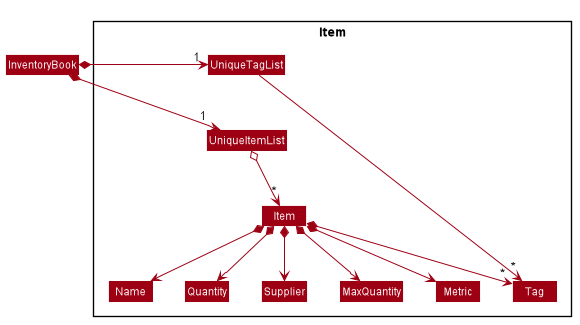
Above: docs/images/ItemClassDiagram.png in nus-cs2103-AY2021S1/tp (PlantUML), before the change. Its diagram source:
```plantuml
@startuml








skinparam BackgroundColor #FFFFFFF

skinparam Shadowing false

skinparam Class {
    FontColor #FFFFFF
    BorderThickness 1
    BorderColor #FFFFFF
    StereotypeFontColor #FFFFFF
    FontName Arial
}

skinparam Actor {
    BorderColor #000000
    Color #000000
    FontName Arial
}

skinparam Sequence {
    MessageAlign center
    BoxFontSize 15
    BoxPadding 0
    BoxFontColor #FFFFFF
    FontName Arial
}

skinparam Participant {
    FontColor #FFFFFFF
    Padding 20
}

skinparam MinClassWidth 50
skinparam ParticipantPadding 10
skinparam Shadowing false
skinparam DefaultTextAlignment center
skinparam packageStyle Rectangle

hide footbox
hide members
hide circle
skinparam arrowThickness 1.1
skinparam arrowColor #9D0012
skinparam classBackgroundColor #9D0012

Class InventoryBook

Package Item {
Class Item
Class Supplier
Class MaxQuantity
Class Name
Class Metric
Class Quantity
Class UniqueItemList
Class UniqueTagList
Class Tag
}

InventoryBook *-right-> "1" UniqueTagList
InventoryBook *-right-> "1" UniqueItemList
UniqueTagList -[hidden]down- UniqueItemList
UniqueTagList -down-> "*" Tag

UniqueItemList o--> "*" Item
Item *--> Name
Item *--> Quantity
Item *--> Supplier
Item *--> MaxQuantity
Item *--> "*" Tag
Item *--> Metric

Name -[hidden]right-> Quantity
Quantity -[hidden]right-> Supplier
Supplier -[hidden]right-> MaxQuantity
MaxQuantity -[hidden]right-> Metric

@enduml
```
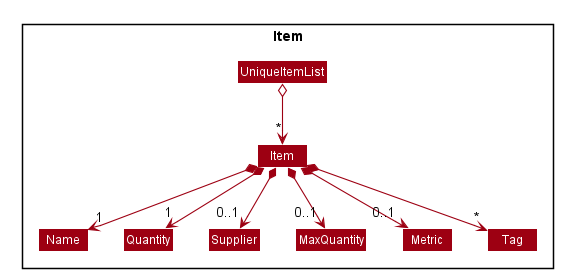
Later version of the same file.

Change to the diagram source:
```diff
@@ -51,8 +51,6 @@
 skinparam arrowColor #9D0012
 skinparam classBackgroundColor #9D0012
 
-Class InventoryBook
-
 Package Item {
 Class Item
 Class Supplier
@@ -61,22 +59,16 @@
 Class Metric
 Class Quantity
 Class UniqueItemList
-Class UniqueTagList
 Class Tag
 }
 
-InventoryBook *-right-> "1" UniqueTagList
-InventoryBook *-right-> "1" UniqueItemList
-UniqueTagList -[hidden]down- UniqueItemList
-UniqueTagList -down-> "*" Tag
-
 UniqueItemList o--> "*" Item
-Item *--> Name
-Item *--> Quantity
-Item *--> Supplier
-Item *--> MaxQuantity
+Item *--> "1" Name
+Item *--> "1" Quantity
+Item *--> "0..1" Supplier
+Item *--> "0..1"MaxQuantity
 Item *--> "*" Tag
-Item *--> Metric
+Item *--> "0..1" Metric
 
 Name -[hidden]right-> Quantity
 Quantity -[hidden]right-> Supplier
```
